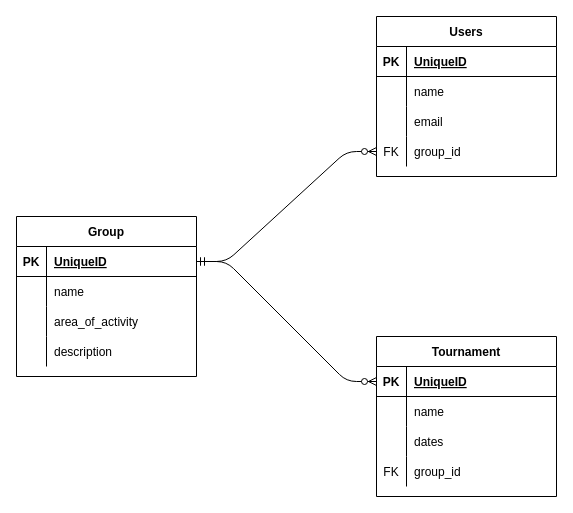
s-takenoshita/good-shot-takemaru keeps this draw.io diagram as goodshot.dio. Above is the earlier version. Source tidied: cells renumbered, new cells numbered last; positions are measured from the earlier drawing's top-left corner, leaving out a move shared by most shapes. Both pictures are drawn from the tidied source at 100%, with x=0, y=0 at pixel (16, 16).
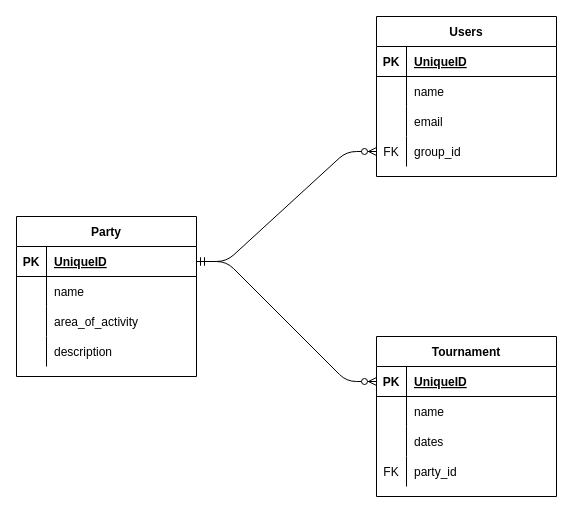
The same page after the edit.

Unchanged cells that the change refers to:
```xml
<mxCell id="38" style="shape=partialRectangle;fillColor=none;top=0;left=0;bottom=0;right=0;" parent="28" vertex="1">
  <mxGeometry y="120" width="180" height="30" as="geometry" />
</mxCell>
```

Change to the diagram source:
```diff
@@
-    <mxCell id="15" value="Group" style="shape=table;startSize=30;childLayout=tableLayout;rowLines=0;fontStyle=1;align=center;" parent="1" vertex="1">
+    <mxCell id="15" value="Party" style="shape=table;startSize=30;childLayout=tableLayout;rowLines=0;fontStyle=1;align=center;" parent="1" vertex="1">
       <mxGeometry y="200" width="180" height="160" as="geometry" />
     </mxCell>
@@
-    <mxCell id="40" value="group_id" style="shape=partialRectangle;fillColor=none;top=0;left=0;bottom=0;right=0;align=left;spacingLeft=6;overflow=hidden;" parent="38" vertex="1">
+    <mxCell id="40" value="party_id" style="shape=partialRectangle;fillColor=none;top=0;left=0;bottom=0;right=0;align=left;spacingLeft=6;overflow=hidden;" parent="38" vertex="1">
       <mxGeometry x="30" width="150" height="30" as="geometry" />
     </mxCell>
```
